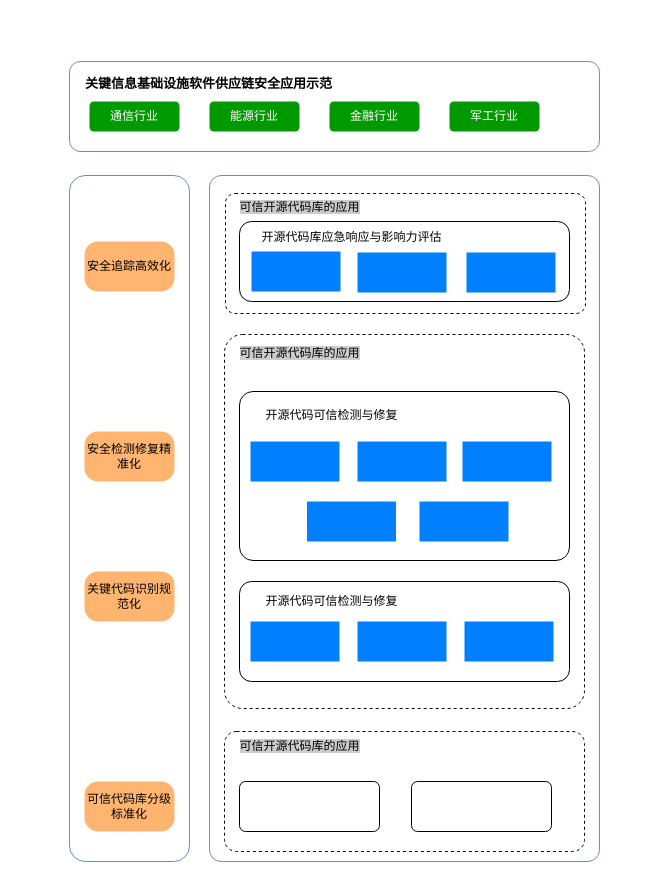
This is djb.drawio from CameronWang-cell/draw_io_prj, a draw.io file, before an edit. Source tidied: cells renumbered, new cells numbered last; positions are measured from the earlier drawing's top-left corner, leaving out a move shared by most shapes. Both pictures are drawn from the tidied source at 100%, with x=0, y=0 at pixel (69, 61).
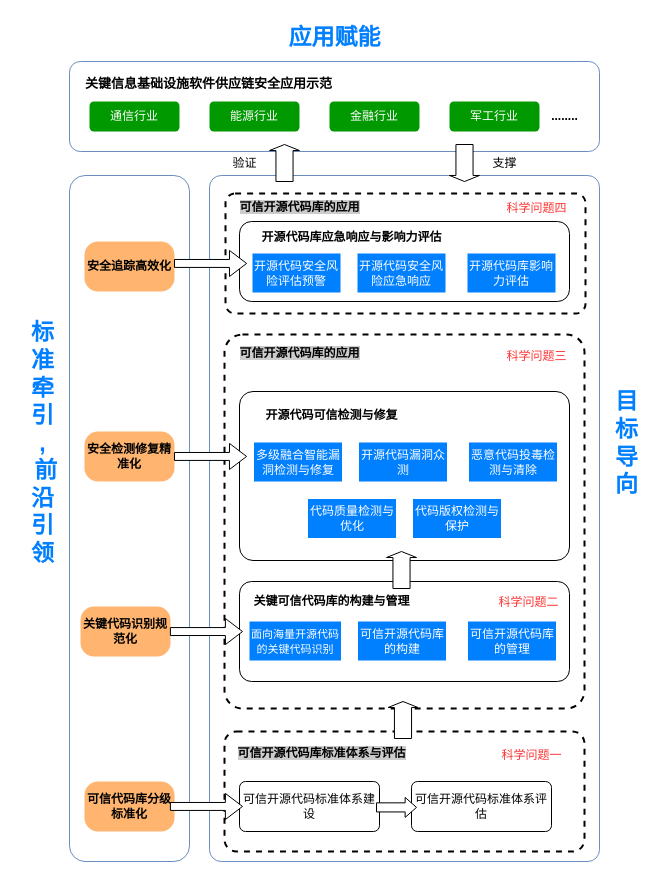
The same diagram, later.

The edit, as a diff of the source:
```diff
@@
-    <mxCell id="10" value="安全追踪高效化" style="rounded=1;whiteSpace=wrap;html=1;arcSize=27;strokeColor=none;fillColor=#FFB570;" parent="1" vertex="1">
+    <mxCell id="10" value="安全追踪高效化" style="rounded=1;whiteSpace=wrap;html=1;arcSize=27;strokeColor=none;fillColor=#FFB570;fontStyle=1;" parent="1" vertex="1">
       <mxGeometry x="15" y="180" width="90" height="50" as="geometry" />
     </mxCell>
-    <mxCell id="11" value="可信代码库分级标准化" style="rounded=1;whiteSpace=wrap;html=1;arcSize=27;strokeColor=none;fillColor=#FFB570;" parent="1" vertex="1">
+    <mxCell id="11" value="可信代码库分级标准化" style="rounded=1;whiteSpace=wrap;html=1;arcSize=27;strokeColor=none;fillColor=#FFB570;fontStyle=1;" parent="1" vertex="1">
       <mxGeometry x="15" y="720" width="90" height="50" as="geometry" />
     </mxCell>
-    <mxCell id="12" value="关键代码识别规范化" style="rounded=1;whiteSpace=wrap;html=1;arcSize=27;strokeColor=none;fillColor=#FFB570;" parent="1" vertex="1">
-      <mxGeometry x="15" y="510" width="90" height="50" as="geometry" />
+    <mxCell id="12" value="关键代码识别规范化" style="rounded=1;whiteSpace=wrap;html=1;arcSize=27;strokeColor=none;fillColor=#FFB570;fontStyle=1;" parent="1" vertex="1">
+      <mxGeometry x="11" y="545" width="90" height="50" as="geometry" />
     </mxCell>
-    <mxCell id="13" value="安全检测修复精准化" style="rounded=1;whiteSpace=wrap;html=1;arcSize=27;strokeColor=none;fillColor=#FFB570;" parent="1" vertex="1">
+    <mxCell id="13" value="安全检测修复精准化" style="rounded=1;whiteSpace=wrap;html=1;arcSize=27;strokeColor=none;fillColor=#FFB570;fontStyle=1;" parent="1" vertex="1">
       <mxGeometry x="15" y="370" width="90" height="50" as="geometry" />
     </mxCell>
-    <mxCell id="14" style="rounded=1;whiteSpace=wrap;html=1;dashed=1;arcSize=8;" parent="1" vertex="1">
+    <mxCell id="14" style="rounded=1;whiteSpace=wrap;html=1;dashed=1;arcSize=8;strokeWidth=2;" parent="1" vertex="1">
       <mxGeometry x="156" y="132" width="360" height="120" as="geometry" />
     </mxCell>
-    <mxCell id="15" style="rounded=1;whiteSpace=wrap;html=1;dashed=1;arcSize=5;" parent="1" vertex="1">
+    <mxCell id="15" style="rounded=1;whiteSpace=wrap;html=1;dashed=1;arcSize=5;strokeWidth=2;" parent="1" vertex="1">
       <mxGeometry x="155" y="273" width="360" height="374" as="geometry" />
     </mxCell>
-    <mxCell id="16" style="rounded=1;whiteSpace=wrap;html=1;dashed=1;arcSize=10;" parent="1" vertex="1">
+    <mxCell id="16" style="rounded=1;whiteSpace=wrap;html=1;dashed=1;arcSize=10;strokeWidth=2;" parent="1" vertex="1">
       <mxGeometry x="155" y="670" width="360" height="120" as="geometry" />
     </mxCell>
@@
-    <mxCell id="19" value="&lt;span style=&quot;background-color: rgb(204, 204, 204);&quot;&gt;可信开源代码库的应用&lt;/span&gt;" style="text;html=1;align=center;verticalAlign=middle;strokeColor=none;fillColor=none;" parent="1" vertex="1">
+    <mxCell id="19" value="&lt;span style=&quot;background-color: rgb(204, 204, 204);&quot;&gt;可信开源代码库的应用&lt;/span&gt;" style="text;html=1;align=center;verticalAlign=middle;strokeColor=none;fillColor=none;fontStyle=1;" parent="1" vertex="1">
       <mxGeometry x="160" y="131" width="140" height="30" as="geometry" />
     </mxCell>
-    <mxCell id="20" value="&lt;span style=&quot;background-color: rgb(204, 204, 204);&quot;&gt;可信开源代码库的应用&lt;/span&gt;" style="text;html=1;align=center;verticalAlign=middle;strokeColor=none;fillColor=none;" parent="1" vertex="1">
+    <mxCell id="20" value="&lt;span style=&quot;background-color: rgb(204, 204, 204);&quot;&gt;可信开源代码库的应用&lt;/span&gt;" style="text;html=1;align=center;verticalAlign=middle;strokeColor=none;fillColor=none;fontStyle=1;" parent="1" vertex="1">
       <mxGeometry x="160" y="277" width="140" height="30" as="geometry" />
     </mxCell>
-    <mxCell id="21" value="&lt;span style=&quot;background-color: rgb(204, 204, 204);&quot;&gt;可信开源代码库的应用&lt;/span&gt;" style="text;html=1;align=center;verticalAlign=middle;strokeColor=none;fillColor=none;" parent="1" vertex="1">
-      <mxGeometry x="160" y="670" width="140" height="30" as="geometry" />
+    <mxCell id="21" value="&lt;span style=&quot;background-color: rgb(204, 204, 204);&quot;&gt;可信开源代码库标准体系与评估&lt;/span&gt;" style="text;html=1;align=center;verticalAlign=middle;strokeColor=none;fillColor=none;fontStyle=1;" parent="1" vertex="1">
+      <mxGeometry x="157" y="677" width="190" height="30" as="geometry" />
     </mxCell>
-    <mxCell id="22" value="开源代码可信检测与修复" style="text;html=1;align=center;verticalAlign=middle;strokeColor=none;fillColor=none;" parent="1" vertex="1">
+    <mxCell id="22" value="开源代码可信检测与修复" style="text;html=1;align=center;verticalAlign=middle;strokeColor=none;fillColor=none;fontStyle=1;" parent="1" vertex="1">
       <mxGeometry x="182" y="339" width="160" height="30" as="geometry" />
     </mxCell>
-    <mxCell id="23" value="开源代码可信检测与修复" style="text;html=1;align=center;verticalAlign=middle;strokeColor=none;fillColor=none;" parent="1" vertex="1">
-      <mxGeometry x="182" y="525" width="160" height="30" as="geometry" />
+    <mxCell id="23" value="关键可信代码库的构建与管理" style="text;html=1;align=center;verticalAlign=middle;strokeColor=none;fillColor=none;fontStyle=1;" parent="1" vertex="1">
+      <mxGeometry x="172" y="525" width="180" height="30" as="geometry" />
     </mxCell>
@@
-    <mxCell id="25" value="开源代码库应急响应与影响力评估" style="text;html=1;align=center;verticalAlign=middle;strokeColor=none;fillColor=none;" parent="1" vertex="1">
+    <mxCell id="25" value="开源代码库应急响应与影响力评估" style="text;html=1;align=center;verticalAlign=middle;strokeColor=none;fillColor=none;fontStyle=1;" parent="1" vertex="1">
       <mxGeometry x="182" y="161" width="200" height="30" as="geometry" />
     </mxCell>
-    <mxCell id="26" style="rounded=1;whiteSpace=wrap;html=1;arcSize=12;" parent="1" vertex="1">
+    <mxCell id="26" value="可信开源代码标准体系建设" style="rounded=1;whiteSpace=wrap;html=1;arcSize=12;" parent="1" vertex="1">
       <mxGeometry x="170" y="720" width="140" height="50" as="geometry" />
     </mxCell>
-    <mxCell id="27" style="rounded=1;whiteSpace=wrap;html=1;arcSize=12;" parent="1" vertex="1">
+    <mxCell id="27" value="可信开源代码标准体系评估" style="rounded=1;whiteSpace=wrap;html=1;arcSize=12;" parent="1" vertex="1">
       <mxGeometry x="342" y="720" width="140" height="50" as="geometry" />
     </mxCell>
-    <mxCell id="28" value="&lt;span style=&quot;caret-color: rgba(0, 0, 0, 0); color: rgba(0, 0, 0, 0); font-family: monospace; font-size: 0px; text-align: start; white-space: nowrap;&quot;&gt;12312312321&lt;/span&gt;" style="rounded=0;whiteSpace=wrap;html=1;fillColor=#007FFF;fontColor=#FFFFFF;strokeColor=none;" parent="1" vertex="1">
-      <mxGeometry x="181" y="380" width="89" height="40" as="geometry" />
-    </mxCell>
-    <mxCell id="29" style="rounded=0;whiteSpace=wrap;html=1;fillColor=#007FFF;fontColor=#FFFFFF;strokeColor=none;" parent="1" vertex="1">
-      <mxGeometry x="288" y="380" width="89" height="40" as="geometry" />
-    </mxCell>
-    <mxCell id="30" style="rounded=0;whiteSpace=wrap;html=1;fillColor=#007FFF;fontColor=#FFFFFF;strokeColor=none;" parent="1" vertex="1">
-      <mxGeometry x="393" y="380" width="89" height="40" as="geometry" />
-    </mxCell>
-    <mxCell id="31" style="rounded=0;whiteSpace=wrap;html=1;fillColor=#007FFF;fontColor=#FFFFFF;strokeColor=none;" parent="1" vertex="1">
-      <mxGeometry x="237.5" y="440" width="89" height="40" as="geometry" />
-    </mxCell>
-    <mxCell id="32" style="rounded=0;whiteSpace=wrap;html=1;fillColor=#007FFF;fontColor=#FFFFFF;strokeColor=none;" parent="1" vertex="1">
-      <mxGeometry x="350" y="440" width="89" height="40" as="geometry" />
-    </mxCell>
-    <mxCell id="33" value="&lt;div style=&quot;text-align: start;&quot;&gt;&lt;font face=&quot;monospace&quot;&gt;&lt;span style=&quot;caret-color: rgba(0, 0, 0, 0); color: rgba(0, 0, 0, 0); font-size: 0px;&quot;&gt;123&lt;/span&gt;&lt;/font&gt;&lt;/div&gt;" style="rounded=0;whiteSpace=wrap;html=1;fillColor=#007FFF;fontColor=#FFFFFF;strokeColor=none;" parent="1" vertex="1">
-      <mxGeometry x="182" y="190" width="89" height="40" as="geometry" />
-    </mxCell>
-    <mxCell id="34" style="rounded=0;whiteSpace=wrap;html=1;fillColor=#007FFF;fontColor=#FFFFFF;strokeColor=none;" parent="1" vertex="1">
-      <mxGeometry x="288" y="191" width="89" height="40" as="geometry" />
-    </mxCell>
-    <mxCell id="35" style="rounded=0;whiteSpace=wrap;html=1;fillColor=#007FFF;fontColor=#FFFFFF;strokeColor=none;" parent="1" vertex="1">
-      <mxGeometry x="397" y="191" width="89" height="40" as="geometry" />
-    </mxCell>
-    <mxCell id="36" style="rounded=0;whiteSpace=wrap;html=1;fillColor=#007FFF;fontColor=#FFFFFF;strokeColor=none;" parent="1" vertex="1">
-      <mxGeometry x="181" y="560" width="89" height="40" as="geometry" />
-    </mxCell>
-    <mxCell id="37" style="rounded=0;whiteSpace=wrap;html=1;fillColor=#007FFF;fontColor=#FFFFFF;strokeColor=none;" parent="1" vertex="1">
-      <mxGeometry x="288" y="560" width="89" height="40" as="geometry" />
-    </mxCell>
-    <mxCell id="38" style="rounded=0;whiteSpace=wrap;html=1;fillColor=#007FFF;fontColor=#FFFFFF;strokeColor=none;" parent="1" vertex="1">
-      <mxGeometry x="395" y="560" width="89" height="40" as="geometry" />
-    </mxCell>
+    <mxCell id="39" value="开源代码安全风险评估预警" style="rounded=0;whiteSpace=wrap;html=1;fillColor=#007FFF;fontColor=#FFFFFF;strokeColor=none;" parent="1" vertex="1">
+      <mxGeometry x="183" y="192" width="88" height="39" as="geometry" />
+    </mxCell>
+    <mxCell id="40" value="开源代码安全风险应急响应" style="rounded=0;whiteSpace=wrap;html=1;fillColor=#007FFF;fontColor=#FFFFFF;strokeColor=none;" parent="1" vertex="1">
+      <mxGeometry x="288" y="192" width="88" height="39" as="geometry" />
+    </mxCell>
+    <mxCell id="41" value="开源代码库影响力评估" style="rounded=0;whiteSpace=wrap;html=1;fillColor=#007FFF;fontColor=#FFFFFF;strokeColor=none;" parent="1" vertex="1">
+      <mxGeometry x="398" y="192" width="88" height="39" as="geometry" />
+    </mxCell>
+    <mxCell id="42" value="多级融合智能漏洞检测与修复" style="rounded=0;whiteSpace=wrap;html=1;fillColor=#007FFF;fontColor=#FFFFFF;strokeColor=none;" parent="1" vertex="1">
+      <mxGeometry x="184.5" y="381" width="88" height="39" as="geometry" />
+    </mxCell>
+    <mxCell id="43" value="开源代码漏洞众测" style="rounded=0;whiteSpace=wrap;html=1;fillColor=#007FFF;fontColor=#FFFFFF;strokeColor=none;" parent="1" vertex="1">
+      <mxGeometry x="289.5" y="381" width="88" height="39" as="geometry" />
+    </mxCell>
+    <mxCell id="44" value="恶意代码投毒检测与清除" style="rounded=0;whiteSpace=wrap;html=1;fillColor=#007FFF;fontColor=#FFFFFF;strokeColor=none;" parent="1" vertex="1">
+      <mxGeometry x="399.5" y="381" width="88" height="39" as="geometry" />
+    </mxCell>
+    <mxCell id="45" value="&lt;font style=&quot;font-size: 11px;&quot;&gt;面向海量开源代码的关键代码识别&lt;/font&gt;" style="rounded=0;whiteSpace=wrap;html=1;fillColor=#007FFF;fontColor=#FFFFFF;strokeColor=none;" parent="1" vertex="1">
+      <mxGeometry x="180" y="560" width="91.5" height="39" as="geometry" />
+    </mxCell>
+    <mxCell id="46" value="可信开源代码库的构建" style="rounded=0;whiteSpace=wrap;html=1;fillColor=#007FFF;fontColor=#FFFFFF;strokeColor=none;" parent="1" vertex="1">
+      <mxGeometry x="288.5" y="560" width="88" height="39" as="geometry" />
+    </mxCell>
+    <mxCell id="47" value="可信开源代码库的管理" style="rounded=0;whiteSpace=wrap;html=1;fillColor=#007FFF;fontColor=#FFFFFF;strokeColor=none;" parent="1" vertex="1">
+      <mxGeometry x="398.5" y="560" width="88" height="39" as="geometry" />
+    </mxCell>
+    <mxCell id="48" value="代码质量检测与优化" style="rounded=0;whiteSpace=wrap;html=1;fillColor=#007FFF;fontColor=#FFFFFF;strokeColor=none;" parent="1" vertex="1">
+      <mxGeometry x="238.5" y="437.5" width="88" height="39" as="geometry" />
+    </mxCell>
+    <mxCell id="49" value="代码版权检测与保护" style="rounded=0;whiteSpace=wrap;html=1;fillColor=#007FFF;fontColor=#FFFFFF;strokeColor=none;" parent="1" vertex="1">
+      <mxGeometry x="343.5" y="437.5" width="88" height="39" as="geometry" />
+    </mxCell>
+    <mxCell id="50" style="shape=singleArrow;direction=north;whiteSpace=wrap;html=1;arrowWidth=0.57068965517241;arrowSize=0.16309412861137174;" parent="1" vertex="1">
+      <mxGeometry x="200" y="83" width="30" height="37" as="geometry" />
+    </mxCell>
+    <mxCell id="51" style="shape=singleArrow;direction=north;whiteSpace=wrap;html=1;arrowWidth=0.57068965517241;arrowSize=0.16309412861137174;rotation=-180;" parent="1" vertex="1">
+      <mxGeometry x="380" y="83" width="30" height="37" as="geometry" />
+    </mxCell>
+    <mxCell id="52" value="........" style="text;html=1;align=center;verticalAlign=middle;strokeColor=none;fillColor=none;fontStyle=1;" parent="1" vertex="1">
+      <mxGeometry x="470" y="40" width="50" height="30" as="geometry" />
+    </mxCell>
+    <mxCell id="53" value="验证" style="text;html=1;align=center;verticalAlign=middle;strokeColor=none;fillColor=none;" parent="1" vertex="1">
+      <mxGeometry x="150" y="86.5" width="50" height="30" as="geometry" />
+    </mxCell>
+    <mxCell id="54" value="支撑" style="text;html=1;align=center;verticalAlign=middle;strokeColor=none;fillColor=none;" parent="1" vertex="1">
+      <mxGeometry x="410" y="86.5" width="50" height="30" as="geometry" />
+    </mxCell>
+    <mxCell id="55" style="shape=singleArrow;direction=north;whiteSpace=wrap;html=1;arrowWidth=0.57068965517241;arrowSize=0.16309412861137174;" parent="1" vertex="1">
+      <mxGeometry x="317" y="490" width="30" height="37" as="geometry" />
+    </mxCell>
+    <mxCell id="56" style="shape=singleArrow;direction=north;whiteSpace=wrap;html=1;arrowWidth=0.57068965517241;arrowSize=0.16309412861137174;" parent="1" vertex="1">
+      <mxGeometry x="318.5" y="640" width="30" height="37" as="geometry" />
+    </mxCell>
+    <mxCell id="57" style="shape=singleArrow;direction=north;whiteSpace=wrap;html=1;arrowWidth=0.3049482163406188;arrowSize=0.23748786912519057;rotation=90;" parent="1" vertex="1">
+      <mxGeometry x="128" y="165.9" width="26.1" height="72.1" as="geometry" />
+    </mxCell>
+    <mxCell id="58" style="shape=singleArrow;direction=north;whiteSpace=wrap;html=1;arrowWidth=0.3049482163406188;arrowSize=0.23748786912519057;rotation=90;" parent="1" vertex="1">
+      <mxGeometry x="128" y="358.9" width="26.1" height="72.1" as="geometry" />
+    </mxCell>
+    <mxCell id="59" style="shape=singleArrow;direction=north;whiteSpace=wrap;html=1;arrowWidth=0.3049482163406188;arrowSize=0.23748786912519057;rotation=90;" parent="1" vertex="1">
+      <mxGeometry x="123.9" y="534" width="26.1" height="72.1" as="geometry" />
+    </mxCell>
+    <mxCell id="60" style="shape=singleArrow;direction=north;whiteSpace=wrap;html=1;arrowWidth=0.3049482163406188;arrowSize=0.23748786912519057;rotation=90;" parent="1" vertex="1">
+      <mxGeometry x="123.9" y="708.9" width="26.1" height="72.1" as="geometry" />
+    </mxCell>
+    <mxCell id="61" style="shape=singleArrow;direction=north;whiteSpace=wrap;html=1;arrowWidth=0.455312619869569;arrowSize=0.28398005636245444;rotation=90;" parent="1" vertex="1">
+      <mxGeometry x="317" y="725.9" width="20" height="40" as="geometry" />
+    </mxCell>
+    <mxCell id="62" value="&lt;font color=&quot;#ff3333&quot;&gt;&lt;span style=&quot;caret-color: rgb(255, 51, 51);&quot;&gt;科学问题四&lt;/span&gt;&lt;/font&gt;" style="text;html=1;align=center;verticalAlign=middle;strokeColor=none;fillColor=none;" parent="1" vertex="1">
+      <mxGeometry x="426.5" y="132" width="80" height="30" as="geometry" />
+    </mxCell>
+    <mxCell id="63" value="&lt;font color=&quot;#ff3333&quot;&gt;&lt;span style=&quot;caret-color: rgb(255, 51, 51);&quot;&gt;科学问题三&lt;/span&gt;&lt;/font&gt;" style="text;html=1;align=center;verticalAlign=middle;strokeColor=none;fillColor=none;" parent="1" vertex="1">
+      <mxGeometry x="426.5" y="280" width="80" height="30" as="geometry" />
+    </mxCell>
+    <mxCell id="64" value="&lt;font color=&quot;#ff3333&quot;&gt;&lt;span style=&quot;caret-color: rgb(255, 51, 51);&quot;&gt;科学问题二&lt;/span&gt;&lt;/font&gt;" style="text;html=1;align=center;verticalAlign=middle;strokeColor=none;fillColor=none;" parent="1" vertex="1">
+      <mxGeometry x="419" y="526" width="80" height="30" as="geometry" />
+    </mxCell>
+    <mxCell id="65" value="&lt;font color=&quot;#ff3333&quot;&gt;&lt;span style=&quot;caret-color: rgb(255, 51, 51);&quot;&gt;科学问题一&lt;/span&gt;&lt;/font&gt;" style="text;html=1;align=center;verticalAlign=middle;strokeColor=none;fillColor=none;" parent="1" vertex="1">
+      <mxGeometry x="422" y="678.9" width="80" height="30" as="geometry" />
+    </mxCell>
+    <mxCell id="66" value="&lt;font color=&quot;#007fff&quot; style=&quot;font-size: 23px;&quot;&gt;&lt;b&gt;标&lt;/b&gt;&lt;/font&gt;&lt;div&gt;&lt;font color=&quot;#007fff&quot; style=&quot;font-size: 23px;&quot;&gt;&lt;b&gt;准&lt;/b&gt;&lt;/font&gt;&lt;/div&gt;&lt;div&gt;&lt;font color=&quot;#007fff&quot; style=&quot;font-size: 23px;&quot;&gt;&lt;b&gt;牵&lt;/b&gt;&lt;/font&gt;&lt;/div&gt;&lt;div&gt;&lt;font color=&quot;#007fff&quot; style=&quot;font-size: 23px;&quot;&gt;&lt;b&gt;引&lt;/b&gt;&lt;/font&gt;&lt;/div&gt;&lt;div&gt;&lt;font color=&quot;#007fff&quot; style=&quot;font-size: 23px;&quot;&gt;&lt;b&gt;,&lt;/b&gt;&lt;/font&gt;&lt;/div&gt;&lt;div&gt;&lt;font color=&quot;#007fff&quot; style=&quot;font-size: 23px;&quot;&gt;&lt;b&gt;&amp;nbsp;前&lt;/b&gt;&lt;/font&gt;&lt;/div&gt;&lt;div&gt;&lt;font color=&quot;#007fff&quot; style=&quot;font-size: 23px;&quot;&gt;&lt;b&gt;沿&lt;/b&gt;&lt;/font&gt;&lt;/div&gt;&lt;div&gt;&lt;font color=&quot;#007fff&quot; style=&quot;font-size: 23px;&quot;&gt;&lt;b&gt;引&lt;/b&gt;&lt;/font&gt;&lt;/div&gt;&lt;div&gt;&lt;font color=&quot;#007fff&quot; style=&quot;font-size: 23px;&quot;&gt;&lt;b&gt;领&lt;/b&gt;&lt;/font&gt;&lt;/div&gt;" style="text;html=1;align=center;verticalAlign=middle;strokeColor=none;fillColor=none;" parent="1" vertex="1">
+      <mxGeometry x="-52" y="252" width="50" height="260" as="geometry" />
+    </mxCell>
+    <mxCell id="67" value="&lt;font color=&quot;#007fff&quot;&gt;&lt;span style=&quot;caret-color: rgb(0, 127, 255); font-size: 23px;&quot;&gt;&lt;b&gt;目&lt;/b&gt;&lt;/span&gt;&lt;/font&gt;&lt;div&gt;&lt;font color=&quot;#007fff&quot;&gt;&lt;span style=&quot;caret-color: rgb(0, 127, 255); font-size: 23px;&quot;&gt;&lt;b&gt;标&lt;/b&gt;&lt;/span&gt;&lt;/font&gt;&lt;/div&gt;&lt;div&gt;&lt;font color=&quot;#007fff&quot;&gt;&lt;span style=&quot;caret-color: rgb(0, 127, 255); font-size: 23px;&quot;&gt;&lt;b&gt;导&lt;/b&gt;&lt;/span&gt;&lt;/font&gt;&lt;/div&gt;&lt;div&gt;&lt;font color=&quot;#007fff&quot;&gt;&lt;span style=&quot;caret-color: rgb(0, 127, 255); font-size: 23px;&quot;&gt;&lt;b&gt;向&lt;/b&gt;&lt;/span&gt;&lt;/font&gt;&lt;/div&gt;" style="text;html=1;align=center;verticalAlign=middle;strokeColor=none;fillColor=none;" parent="1" vertex="1">
+      <mxGeometry x="532" y="322" width="50" height="120" as="geometry" />
+    </mxCell>
+    <mxCell id="68" value="&lt;font color=&quot;#007fff&quot;&gt;&lt;span style=&quot;caret-color: rgb(0, 127, 255); font-size: 23px;&quot;&gt;&lt;b&gt;应用赋能&lt;/b&gt;&lt;/span&gt;&lt;/font&gt;" style="text;html=1;align=center;verticalAlign=middle;strokeColor=none;fillColor=none;" parent="1" vertex="1">
+      <mxGeometry x="205" y="-44" width="120" height="40" as="geometry" />
+    </mxCell>
```
